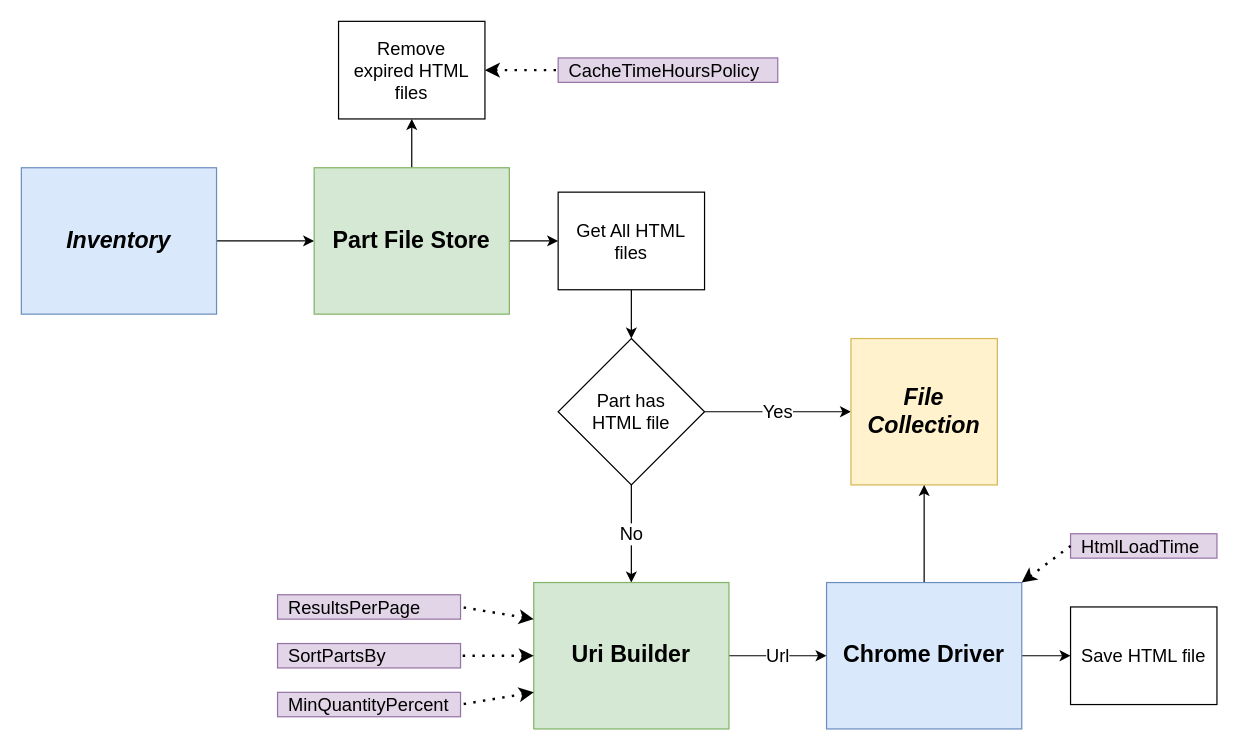
Before: page "Part File Store" (3 of 6) of src/BrickLink.Scraper/Docs/Diagrams.drawio in stephenwike/bricklink-scraper, a draw.io diagram. Source tidied: cells renumbered, new cells numbered last; positions are measured from the earlier drawing's top-left corner, leaving out a move shared by most shapes. Both pictures are drawn from the tidied source at 122%, with x=0, y=0 at pixel (21, 21).
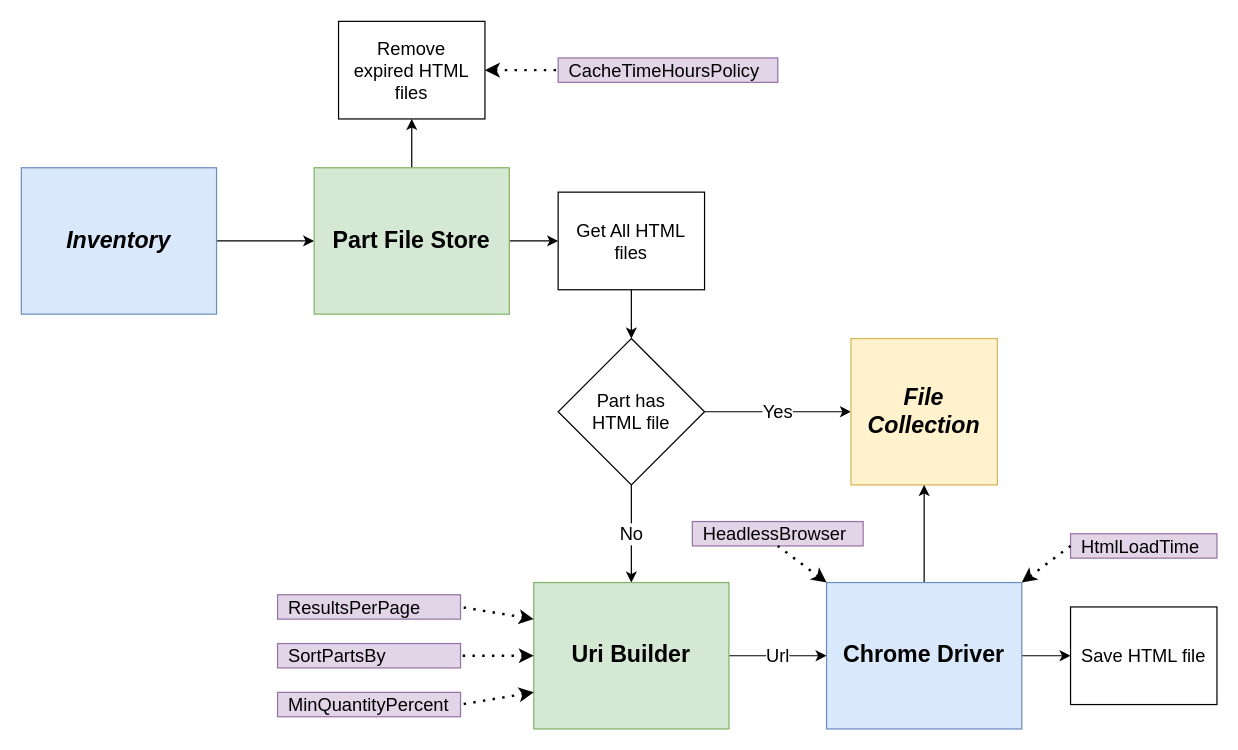
Above is the later version.

The change refers to these unchanged cells:
```xml
<mxCell id="16" value="Chrome Driver" style="rounded=0;whiteSpace=wrap;html=1;fontSize=19;fillColor=#dae8fc;strokeColor=#6c8ebf;fontStyle=1;" parent="1" vertex="1">
  <mxGeometry x="660" y="460" width="160" height="120" as="geometry" />
</mxCell>
```

What changed in the source:
```diff
@@
+    <mxCell id="30" value="HeadlessBrowser" style="rounded=0;whiteSpace=wrap;html=1;fontSize=15;fillColor=#e1d5e7;strokeColor=#9673a6;align=left;spacingLeft=7;" parent="1" vertex="1">
+      <mxGeometry x="550" y="410" width="140" height="20" as="geometry" />
+    </mxCell>
+    <mxCell id="31" style="endArrow=none;dashed=1;html=1;dashPattern=1 3;strokeWidth=2;rounded=0;fontSize=15;entryX=0.5;entryY=1;entryDx=0;entryDy=0;endFill=0;startArrow=classic;startFill=1;" parent="1" edge="1" source="16" target="30">
+      <mxGeometry relative="1" as="geometry" />
+    </mxCell>
```
